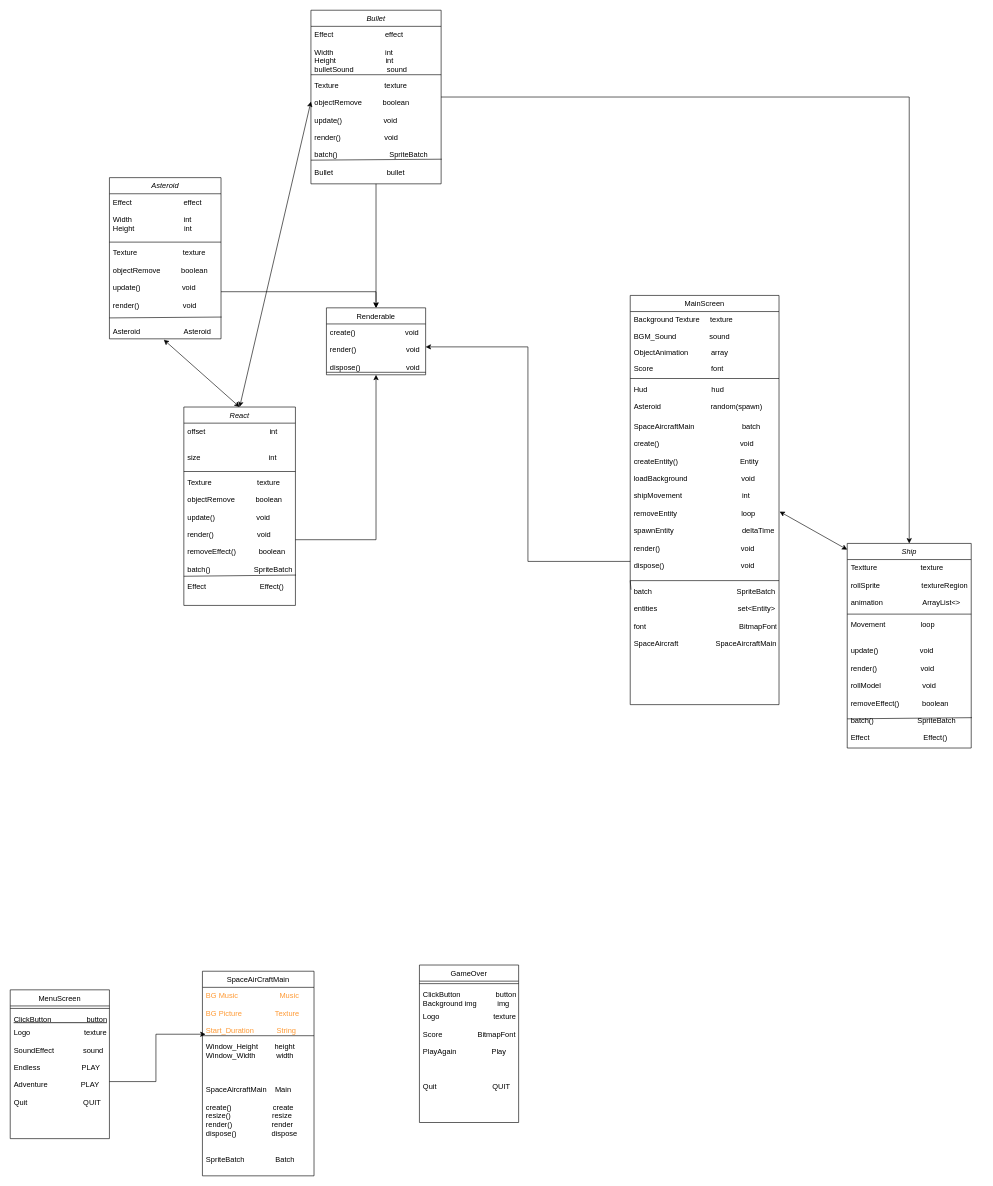
Above: Biểu đồ không có tiêu đề.drawio in nguyensngoc108/SpaceAircraft (draw.io), before the change. Source tidied: cells renumbered, new cells numbered last; positions are measured from the earlier drawing's top-left corner, leaving out a move shared by most shapes. Both pictures are drawn from the tidied source at 62%, with x=0, y=0 at pixel (10, 10).
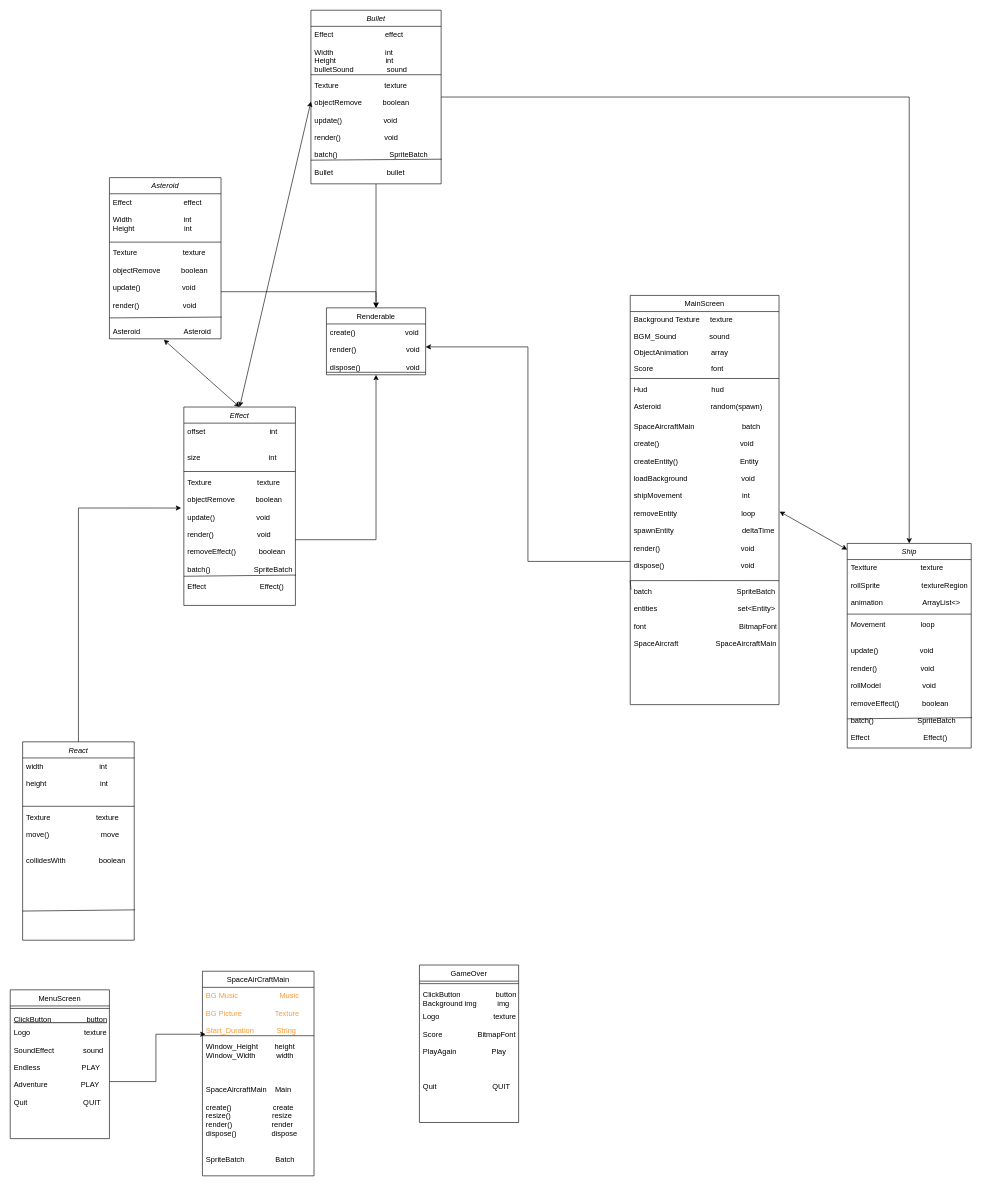
The same page after the edit.

The change refers to these unchanged cells:
```xml
<mxCell id="42" value="Texture                      texture&#10;&#10;objectRemove          boolean&#10;&#10;update()                    void&#10;&#10;render()                     void&#10;&#10;removeEffect()           boolean&#10;&#10;batch()                     SpriteBatch&#10;&#10;Effect                          Effect()" style="text;align=left;verticalAlign=top;spacingLeft=4;spacingRight=4;overflow=hidden;points=[[0,0.5],[1,0.5]];portConstraint=eastwest;" parent="39" vertex="1">
  <mxGeometry y="108" width="180" height="212" as="geometry" />
</mxCell>
```

What changed in the source:
```diff
@@
-    <mxCell id="39" value="React" style="swimlane;fontStyle=2;align=center;verticalAlign=top;horizontal=1;startSize=26;rounded=0;shadow=0;strokeWidth=1;" parent="1" vertex="1">
+    <mxCell id="39" value="Effect" style="swimlane;fontStyle=2;align=center;verticalAlign=top;horizontal=1;startSize=26;rounded=0;shadow=0;strokeWidth=1;" parent="1" vertex="1">
       <mxGeometry x="280" y="640" width="180" height="320" as="geometry" />
     </mxCell>
@@
+    <mxCell id="56" style="edgeStyle=orthogonalEdgeStyle;rounded=0;jettySize=auto;html=1;entryX=-0.024;entryY=0.259;entryDx=0;entryDy=0;entryPerimeter=0;fontColor=#FF9933;" parent="1" edge="1" source="57" target="42">
+      <mxGeometry relative="1" as="geometry" />
+    </mxCell>
+    <mxCell id="57" value="React" style="swimlane;fontStyle=2;align=center;verticalAlign=top;horizontal=1;startSize=26;rounded=0;shadow=0;strokeWidth=1;" parent="1" vertex="1">
+      <mxGeometry x="20" y="1180" width="180" height="320" as="geometry" />
+    </mxCell>
+    <mxCell id="58" value="width                           int&#10;&#10;height                          int" style="text;align=left;verticalAlign=top;spacingLeft=4;spacingRight=4;overflow=hidden;" parent="57" vertex="1">
+      <mxGeometry y="26" width="180" height="74" as="geometry" />
+    </mxCell>
+    <mxCell id="59" style="line;html=1;strokeWidth=1;align=left;verticalAlign=middle;spacingTop=-1;spacingLeft=3;spacingRight=3;labelPosition=right;" parent="57" vertex="1">
+      <mxGeometry y="100" width="180" height="8" as="geometry" />
+    </mxCell>
+    <mxCell id="60" value="Texture                      texture&#10;&#10;move()                         move&#10;&#10;&#10;collidesWith                boolean" style="text;align=left;verticalAlign=top;spacingLeft=4;spacingRight=4;overflow=hidden;points=[[0,0.5],[1,0.5]];portConstraint=eastwest;" parent="57" vertex="1">
+      <mxGeometry y="108" width="180" height="212" as="geometry" />
+    </mxCell>
+    <mxCell id="61" style="endArrow=none;html=1;rounded=0;fontColor=#FF9933;exitX=0;exitY=0.778;exitDx=0;exitDy=0;exitPerimeter=0;entryX=1.005;entryY=0.769;entryDx=0;entryDy=0;entryPerimeter=0;" parent="57" edge="1" source="60" target="60">
+      <mxGeometry relative="1" as="geometry" />
+    </mxCell>
```
